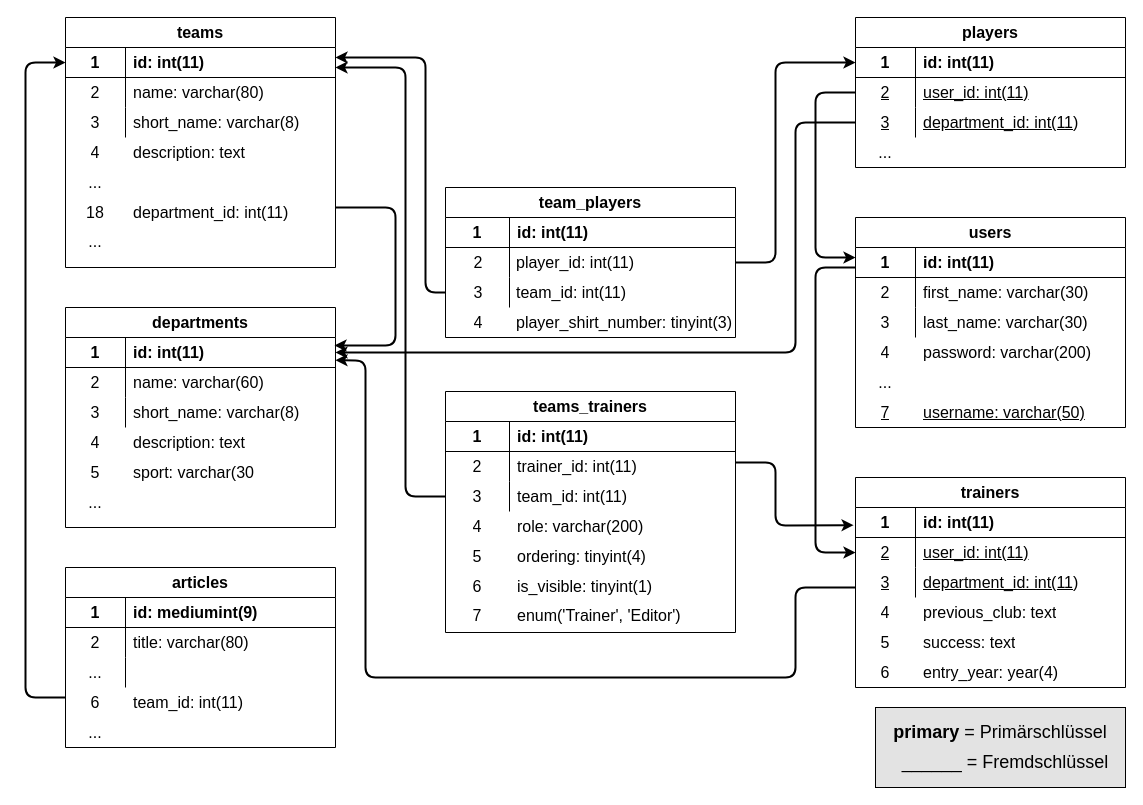
The draw.io diagram page "TS2_Ausschnitt DB-Modell" (4 of 6) of diagrams/Ba-Thesis Diagrams.drawio in mkoenig96/mk-bachelor-thesis, before the edit. Source tidied: cells renumbered, new cells numbered last; positions are measured from the earlier drawing's top-left corner, leaving out a move shared by most shapes. Both pictures are drawn from the tidied source at 100%, with x=0, y=0 at pixel (25, 17).
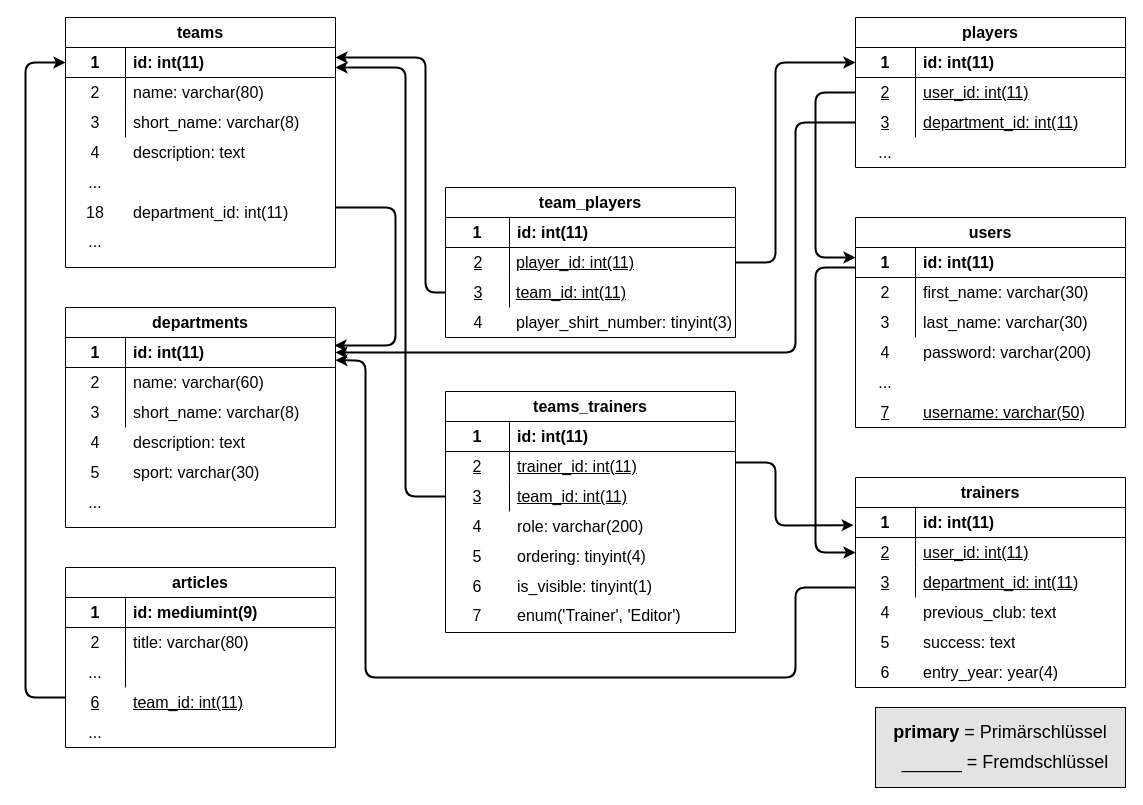
After the change.

Unchanged cells that the change refers to:
```xml
<mxCell id="8" style="shape=partialRectangle;html=1;whiteSpace=wrap;fillColor=none;top=0;left=0;bottom=0;right=0;" parent="4" vertex="1">
  <mxGeometry y="60" width="290" height="30" as="geometry" />
</mxCell>
<mxCell id="11" style="shape=partialRectangle;html=1;whiteSpace=wrap;fillColor=none;top=0;left=0;bottom=0;right=0;points=[[0,0.5],[1,0.5]];portConstraint=eastwest;" parent="4" vertex="1">
  <mxGeometry y="90" width="290" height="30" as="geometry" />
</mxCell>
<mxCell id="56" style="group;" parent="1" vertex="1">
  <mxGeometry x="40" y="290" width="270" height="220" as="geometry" />
</mxCell>
<mxCell id="103" style="group;" parent="1" vertex="1">
  <mxGeometry x="40" y="550" width="270" height="180" as="geometry" />
</mxCell>
<mxCell id="132" style="group;" parent="1" vertex="1">
  <mxGeometry x="420" y="170" width="293" height="150" as="geometry" />
</mxCell>
```

The edit, as a diff of the source:
```diff
@@
-    <mxCell id="9" value="2" style="shape=partialRectangle;html=1;whiteSpace=wrap;fillColor=none;top=0;left=0;bottom=0;right=0;overflow=hidden;fontSize=16;" parent="8" vertex="1">
+    <mxCell id="9" value="&lt;u&gt;2&lt;/u&gt;" style="shape=partialRectangle;html=1;whiteSpace=wrap;fillColor=none;top=0;left=0;bottom=0;right=0;overflow=hidden;fontSize=16;" parent="8" vertex="1">
       <mxGeometry width="64" height="30" as="geometry" />
     </mxCell>
-    <mxCell id="10" value="trainer_id: int(11)" style="shape=partialRectangle;html=1;whiteSpace=wrap;fillColor=none;top=0;left=0;bottom=0;right=0;align=left;spacingLeft=6;overflow=hidden;fontSize=16;" parent="8" vertex="1">
+    <mxCell id="10" value="&lt;u&gt;trainer_id: int(11)&lt;/u&gt;" style="shape=partialRectangle;html=1;whiteSpace=wrap;fillColor=none;top=0;left=0;bottom=0;right=0;align=left;spacingLeft=6;overflow=hidden;fontSize=16;" parent="8" vertex="1">
       <mxGeometry x="64" width="226" height="30" as="geometry" />
     </mxCell>
@@
-    <mxCell id="12" value="3" style="shape=partialRectangle;html=1;whiteSpace=wrap;fillColor=none;top=0;left=0;bottom=0;right=0;overflow=hidden;fontSize=16;" parent="11" vertex="1">
+    <mxCell id="12" value="&lt;u&gt;3&lt;/u&gt;" style="shape=partialRectangle;html=1;whiteSpace=wrap;fillColor=none;top=0;left=0;bottom=0;right=0;overflow=hidden;fontSize=16;" parent="11" vertex="1">
       <mxGeometry width="64" height="30" as="geometry" />
     </mxCell>
-    <mxCell id="13" value="team_id: int(11)" style="shape=partialRectangle;html=1;whiteSpace=wrap;fillColor=none;top=0;left=0;bottom=0;right=0;align=left;spacingLeft=6;overflow=hidden;fontSize=16;" parent="11" vertex="1">
+    <mxCell id="13" value="&lt;u&gt;team_id: int(11)&lt;/u&gt;" style="shape=partialRectangle;html=1;whiteSpace=wrap;fillColor=none;top=0;left=0;bottom=0;right=0;align=left;spacingLeft=6;overflow=hidden;fontSize=16;" parent="11" vertex="1">
       <mxGeometry x="64" width="226" height="30" as="geometry" />
     </mxCell>
@@
-    <mxCell id="70" value="sport: varchar(30" style="shape=partialRectangle;html=1;whiteSpace=wrap;fillColor=none;top=0;left=0;bottom=0;right=0;align=left;spacingLeft=6;overflow=hidden;fontSize=16;" parent="56" vertex="1">
+    <mxCell id="70" value="sport: varchar(30)" style="shape=partialRectangle;html=1;whiteSpace=wrap;fillColor=none;top=0;left=0;bottom=0;right=0;align=left;spacingLeft=6;overflow=hidden;fontSize=16;" parent="56" vertex="1">
       <mxGeometry x="60" y="150" width="210" height="30" as="geometry" />
     </mxCell>
@@
-    <mxCell id="114" value="6" style="shape=partialRectangle;html=1;whiteSpace=wrap;fillColor=none;top=0;left=0;bottom=0;right=0;overflow=hidden;fontSize=16;" parent="103" vertex="1">
+    <mxCell id="114" value="&lt;u&gt;6&lt;/u&gt;" style="shape=partialRectangle;html=1;whiteSpace=wrap;fillColor=none;top=0;left=0;bottom=0;right=0;overflow=hidden;fontSize=16;" parent="103" vertex="1">
       <mxGeometry y="120" width="60" height="30" as="geometry" />
     </mxCell>
-    <mxCell id="115" value="team_id: int(11)" style="shape=partialRectangle;html=1;whiteSpace=wrap;fillColor=none;top=0;left=0;bottom=0;right=0;align=left;spacingLeft=6;overflow=hidden;fontSize=16;" parent="103" vertex="1">
+    <mxCell id="115" value="&lt;u&gt;team_id: int(11)&lt;/u&gt;" style="shape=partialRectangle;html=1;whiteSpace=wrap;fillColor=none;top=0;left=0;bottom=0;right=0;align=left;spacingLeft=6;overflow=hidden;fontSize=16;" parent="103" vertex="1">
       <mxGeometry x="60" y="120" width="210" height="30" as="geometry" />
     </mxCell>
@@
-    <mxCell id="143" value="2" style="shape=partialRectangle;html=1;whiteSpace=wrap;fillColor=none;top=0;left=0;bottom=0;right=0;overflow=hidden;fontSize=16;" parent="132" vertex="1">
+    <mxCell id="143" value="&lt;u&gt;2&lt;/u&gt;" style="shape=partialRectangle;html=1;whiteSpace=wrap;fillColor=none;top=0;left=0;bottom=0;right=0;overflow=hidden;fontSize=16;" parent="132" vertex="1">
       <mxGeometry x="3" y="60" width="60" height="30" as="geometry" />
     </mxCell>
-    <mxCell id="144" value="player_id: int(11)" style="shape=partialRectangle;html=1;whiteSpace=wrap;fillColor=none;top=0;left=0;bottom=0;right=0;align=left;spacingLeft=6;overflow=hidden;fontSize=16;" parent="132" vertex="1">
+    <mxCell id="144" value="&lt;u&gt;player_id: int(11)&lt;/u&gt;" style="shape=partialRectangle;html=1;whiteSpace=wrap;fillColor=none;top=0;left=0;bottom=0;right=0;align=left;spacingLeft=6;overflow=hidden;fontSize=16;" parent="132" vertex="1">
       <mxGeometry x="63" y="60" width="210" height="30" as="geometry" />
     </mxCell>
-    <mxCell id="145" value="3" style="shape=partialRectangle;html=1;whiteSpace=wrap;fillColor=none;top=0;left=0;bottom=0;right=0;overflow=hidden;fontSize=16;" parent="132" vertex="1">
+    <mxCell id="145" value="&lt;u&gt;3&lt;/u&gt;" style="shape=partialRectangle;html=1;whiteSpace=wrap;fillColor=none;top=0;left=0;bottom=0;right=0;overflow=hidden;fontSize=16;" parent="132" vertex="1">
       <mxGeometry x="3" y="90" width="60" height="30" as="geometry" />
     </mxCell>
-    <mxCell id="146" value="team_id: int(11)" style="shape=partialRectangle;html=1;whiteSpace=wrap;fillColor=none;top=0;left=0;bottom=0;right=0;align=left;spacingLeft=6;overflow=hidden;fontSize=16;" parent="132" vertex="1">
+    <mxCell id="146" value="&lt;u&gt;team_id: int(11)&lt;/u&gt;" style="shape=partialRectangle;html=1;whiteSpace=wrap;fillColor=none;top=0;left=0;bottom=0;right=0;align=left;spacingLeft=6;overflow=hidden;fontSize=16;" parent="132" vertex="1">
       <mxGeometry x="63" y="90" width="210" height="30" as="geometry" />
     </mxCell>
```
